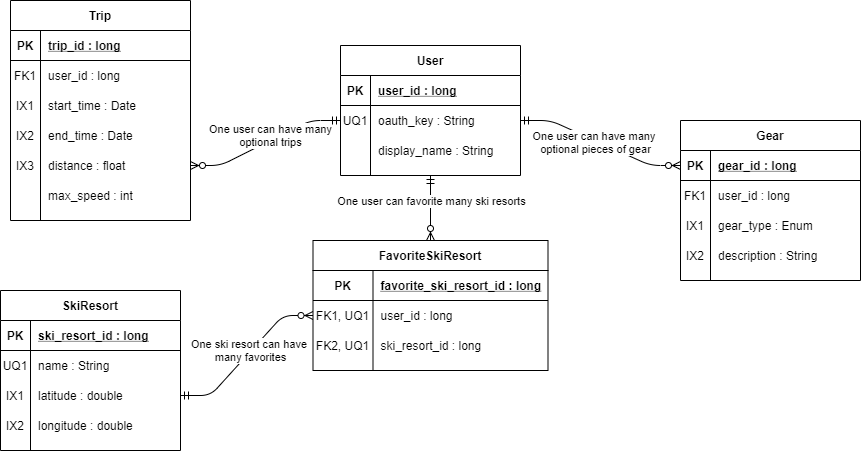
Above: docs/img/sno-erd.png in JonahRodriguez281/sno (draw.io), before the change. Source tidied: cells renumbered, new cells last; positions are measured from the earlier drawing's top-left corner, leaving out a move shared by most shapes.
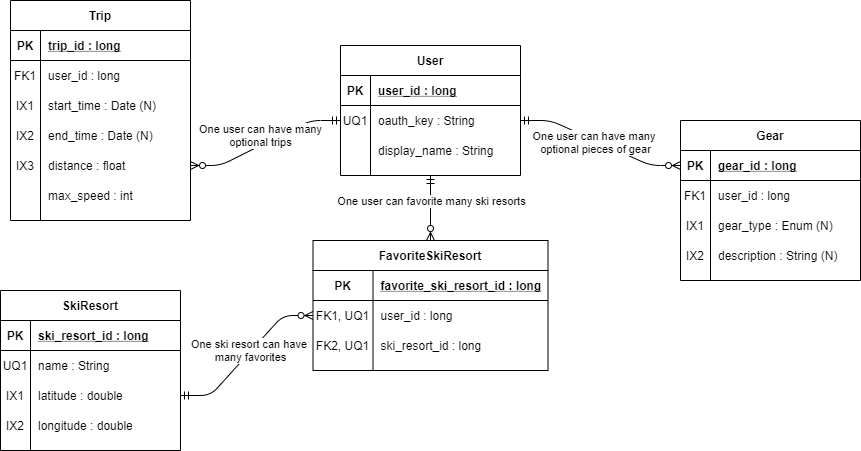
The same diagram one commit later.

Change to the diagram source:
```diff
@@ -120,7 +120,7 @@
     <mxCell id="39" value="IX1" style="shape=partialRectangle;fillColor=none;top=0;left=0;bottom=0;right=0;overflow=hidden;" parent="38" vertex="1">
       <mxGeometry width="30" height="30" as="geometry" />
     </mxCell>
-    <mxCell id="40" value="start_time : Date" style="shape=partialRectangle;fillColor=none;top=0;left=0;bottom=0;right=0;align=left;spacingLeft=6;overflow=hidden;" parent="38" vertex="1">
+    <mxCell id="40" value="start_time : Date (N)" style="shape=partialRectangle;fillColor=none;top=0;left=0;bottom=0;right=0;align=left;spacingLeft=6;overflow=hidden;" parent="38" vertex="1">
       <mxGeometry x="30" width="150" height="30" as="geometry" />
     </mxCell>
     <mxCell id="41" style="shape=partialRectangle;fillColor=none;top=0;left=0;bottom=0;right=0;" parent="31" vertex="1">
@@ -129,7 +129,7 @@
     <mxCell id="42" value="IX2" style="shape=partialRectangle;fillColor=none;top=0;left=0;bottom=0;right=0;overflow=hidden;" parent="41" vertex="1">
       <mxGeometry width="30" height="30" as="geometry" />
     </mxCell>
-    <mxCell id="43" value="end_time : Date" style="shape=partialRectangle;fillColor=none;top=0;left=0;bottom=0;right=0;align=left;spacingLeft=6;overflow=hidden;" parent="41" vertex="1">
+    <mxCell id="43" value="end_time : Date (N)" style="shape=partialRectangle;fillColor=none;top=0;left=0;bottom=0;right=0;align=left;spacingLeft=6;overflow=hidden;" parent="41" vertex="1">
       <mxGeometry x="30" width="150" height="30" as="geometry" />
     </mxCell>
     <mxCell id="44" style="shape=partialRectangle;fillColor=none;top=0;left=0;bottom=0;right=0;points=[[0,0.5],[1,0.5]];portConstraint=eastwest;" parent="31" vertex="1">
@@ -155,7 +155,7 @@
     </mxCell>
     <mxCell id="51" value="One user can have many&lt;br&gt;optional trips" style="edgeLabel;html=1;align=center;verticalAlign=middle;" parent="50" vertex="1">
       <mxGeometry x="-0.19" y="-1" relative="1" as="geometry">
-        <mxPoint x="-8.2" y="0.2" as="offset" />
+        <mxPoint x="-18.2" y="0.2" as="offset" />
       </mxGeometry>
     </mxCell>
     <mxCell id="52" value="User" style="shape=table;startSize=30;rowLines=0;fontStyle=1;align=center;" parent="1" vertex="1">
@@ -215,7 +215,7 @@
     <mxCell id="70" value="IX1" style="shape=partialRectangle;fillColor=none;top=0;left=0;bottom=0;right=0;overflow=hidden;" parent="69" vertex="1">
       <mxGeometry width="30" height="30" as="geometry" />
     </mxCell>
-    <mxCell id="71" value="gear_type : Enum" style="shape=partialRectangle;fillColor=none;top=0;left=0;bottom=0;right=0;align=left;spacingLeft=6;overflow=hidden;" parent="69" vertex="1">
+    <mxCell id="71" value="gear_type : Enum (N)" style="shape=partialRectangle;fillColor=none;top=0;left=0;bottom=0;right=0;align=left;spacingLeft=6;overflow=hidden;" parent="69" vertex="1">
       <mxGeometry x="30" width="150" height="30" as="geometry" />
     </mxCell>
     <mxCell id="72" style="shape=partialRectangle;fillColor=none;top=0;left=0;bottom=0;right=0;" parent="62" vertex="1">
@@ -224,7 +224,7 @@
     <mxCell id="73" value="IX2" style="shape=partialRectangle;fillColor=none;top=0;left=0;bottom=0;right=0;overflow=hidden;" parent="72" vertex="1">
       <mxGeometry width="30" height="30" as="geometry" />
     </mxCell>
-    <mxCell id="74" value="description : String" style="shape=partialRectangle;fillColor=none;top=0;left=0;bottom=0;right=0;align=left;spacingLeft=6;overflow=hidden;" parent="72" vertex="1">
+    <mxCell id="74" value="description : String (N)" style="shape=partialRectangle;fillColor=none;top=0;left=0;bottom=0;right=0;align=left;spacingLeft=6;overflow=hidden;" parent="72" vertex="1">
       <mxGeometry x="30" width="150" height="30" as="geometry" />
     </mxCell>
   </root>
```
